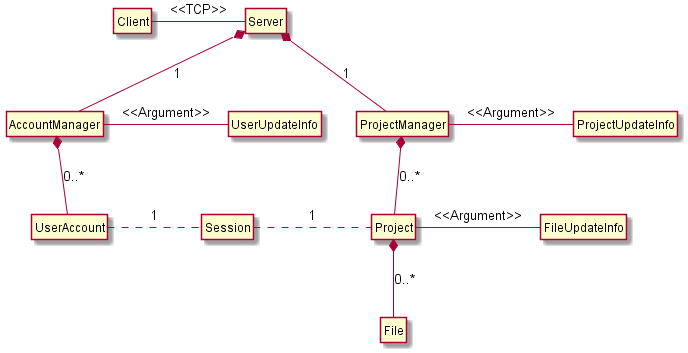
This is hw3/server_overview.png from voxelv/sQuire_kw, a PlantUML export, as it was before one commit. The source it was exported from:
```plantuml
@startuml
hide circle
hide empty members

class "Client" as sq

class "Server" as sqs{
	}

class "AccountManager" as uam{
	}
class "ProjectManager" as sqpm{
	}
class "Session" as ses{
	}
class "UserAccount" as ua{
	}
class "Project" as sqp{
	}

class "File" as sqf{
	}

class "UserUpdateInfo" as uaui{
	}

class "ProjectUpdateInfo" as sqpui{
	}

class "FileUpdateInfo" as sqfui{
	}

sq -right- sqs : <<TCP>>

sqs *-- sqpm : 1
sqs *-- uam : 1

sqpm - sqpui : <<Argument>>

ses .left. ua : 1
ses .right. sqp : 1

uam *-- ua : 0..*
uam - uaui : <<Argument>>

sqpm *-- sqp : 0..*

sqp *-- sqf : 0..*

sqp - sqfui : <<Argument>>



@enduml
```
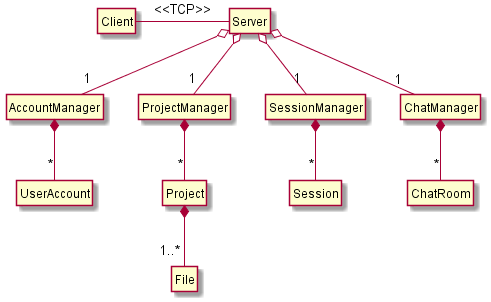
Later version of the same file.

The edit, as a diff of the source:
```diff
@@ -4,50 +4,35 @@
 
 class "Client" as sq
 
-class "Server" as sqs{
-	}
+class "Server" as sqs
 
-class "AccountManager" as uam{
-	}
-class "ProjectManager" as sqpm{
-	}
-class "Session" as ses{
-	}
-class "UserAccount" as ua{
-	}
-class "Project" as sqp{
-	}
+	class "AccountManager" as sqs_ua_m
+		class "UserAccount" as sqs_ua
 
-class "File" as sqf{
-	}
+	class "ProjectManager" as sqs_pr_m
+		class "Project" as sqs_pr
+			class "File" as sqs_fi
 
-class "UserUpdateInfo" as uaui{
-	}
+	class "SessionManager" as sqs_se_m
+		class "Session" as sqs_se
 
-class "ProjectUpdateInfo" as sqpui{
-	}
-
-class "FileUpdateInfo" as sqfui{
-	}
+	class "ChatManager" as sqs_ch_m
+		class "ChatRoom" as sqs_ch_rm
 
 sq -right- sqs : <<TCP>>
 
-sqs *-- sqpm : 1
-sqs *-- uam : 1
+sqs o-- "1" sqs_pr_m
+	sqs_pr_m *-- "*" sqs_pr
+		sqs_pr *-- "1..*" sqs_fi
+sqs o-- "1" sqs_ua_m
+	sqs_ua_m *-- "*" sqs_ua
+sqs o-- "1" sqs_ch_m
+	sqs_ch_m *-- "*" sqs_ch_rm
+sqs o-- "1" sqs_se_m
+	sqs_se_m *-- "*" sqs_se
 
-sqpm - sqpui : <<Argument>>
 
-ses .left. ua : 1
-ses .right. sqp : 1
 
-uam *-- ua : 0..*
-uam - uaui : <<Argument>>
-
-sqpm *-- sqp : 0..*
-
-sqp *-- sqf : 0..*
-
-sqp - sqfui : <<Argument>>
 
 
 
```
